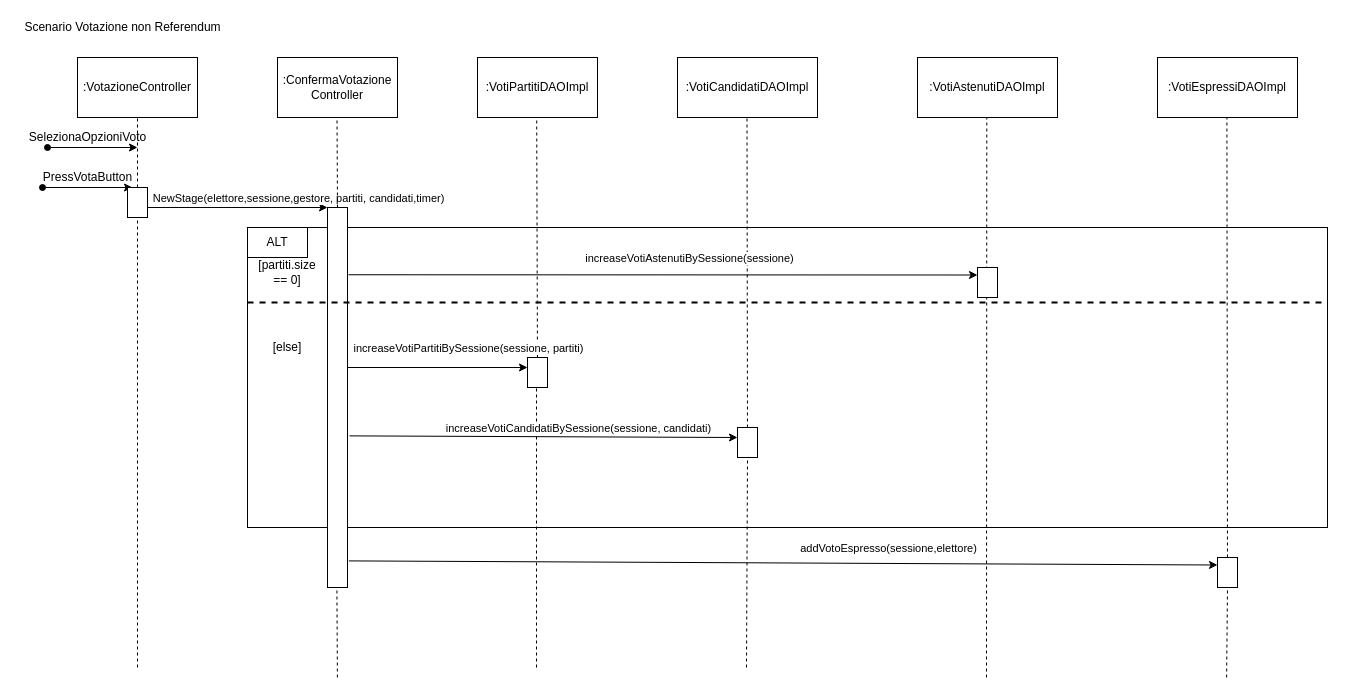
This is docs/SeqDiagram Votazione.drawio from gbrsni/votoElettronico, a draw.io file, before an edit. Source tidied: cells renumbered, new cells numbered last; positions are measured from the earlier drawing's top-left corner, leaving out a move shared by most shapes. Both pictures are drawn from the tidied source at 100%, with x=0, y=0 at pixel (17, 17).
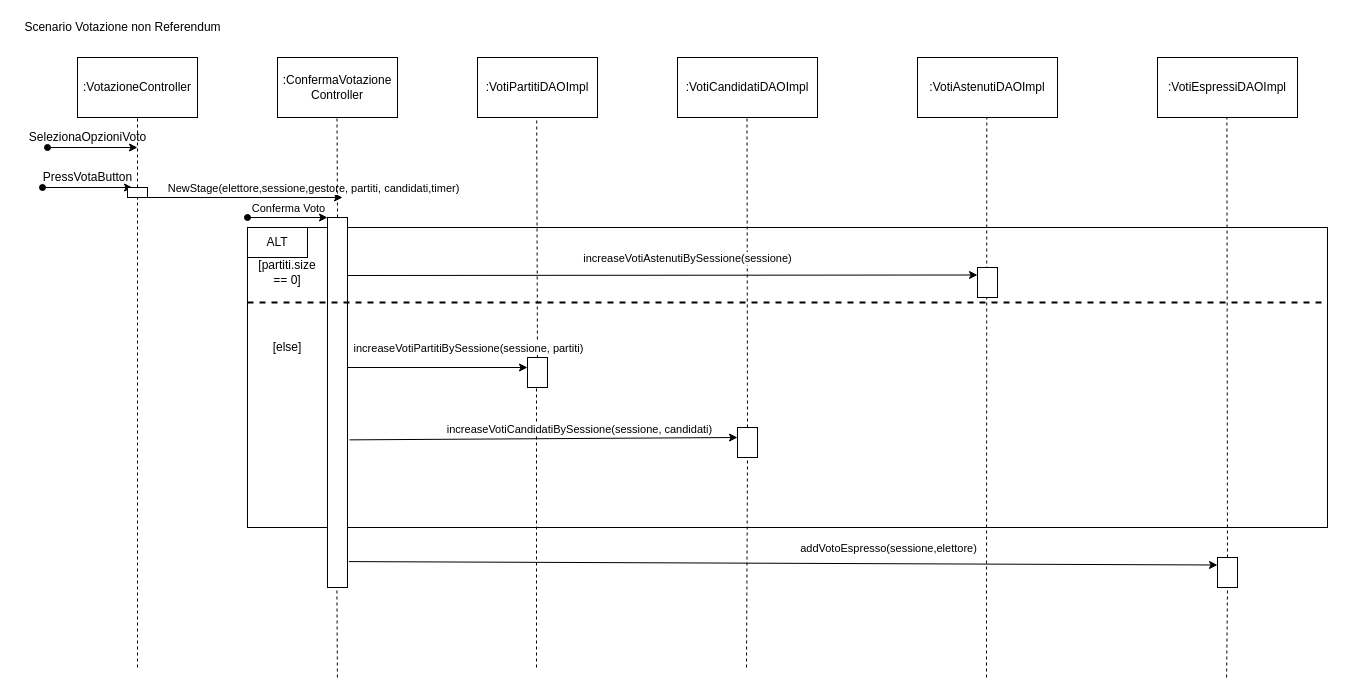
The same page after the edit.

Commit message:
aggiunta conferma voto

Unchanged cells that the change refers to:
```xml
<mxCell id="23" style="rounded=0;whiteSpace=wrap;html=1;direction=south;" parent="1" vertex="1">
  <mxGeometry x="960" y="250" width="20" height="30" as="geometry" />
</mxCell>
```

The edit, as a diff of the source:
```diff
@@
-    <mxCell id="15" style="endArrow=classic;html=1;rounded=0;entryX=0;entryY=1;entryDx=0;entryDy=0;" parent="1" edge="1" target="18">
+    <mxCell id="15" style="endArrow=classic;html=1;rounded=0;" parent="1" edge="1">
       <mxGeometry relative="1" as="geometry">
-        <mxPoint x="120" y="190" as="sourcePoint" />
+        <mxPoint x="125" y="180" as="sourcePoint" />
+        <mxPoint x="325" y="180" as="targetPoint" />
       </mxGeometry>
     </mxCell>
     <mxCell id="16" value="NewStage(elettore,sessione,gestore, partiti, candidati,timer)" style="edgeLabel;html=1;align=center;verticalAlign=middle;" parent="15" vertex="1">
       <mxGeometry x="-0.47" y="2" relative="1" as="geometry">
-        <mxPoint x="110" y="-8" as="offset" />
+        <mxPoint x="117" y="-8" as="offset" />
       </mxGeometry>
     </mxCell>
+    <mxCell id="45" value="Conferma Voto&lt;br&gt;" style="edgeLabel;html=1;align=center;verticalAlign=middle;" parent="15" vertex="1">
+      <mxGeometry x="0.45" y="-4" relative="1" as="geometry">
+        <mxPoint y="6" as="offset" />
+      </mxGeometry>
+    </mxCell>
-    <mxCell id="17" style="endArrow=none;dashed=1;html=1;rounded=0;entryX=0.5;entryY=1;entryDx=0;entryDy=0;" parent="1" edge="1">
+    <mxCell id="17" style="endArrow=none;dashed=1;html=1;rounded=0;entryX=0.5;entryY=1;entryDx=0;entryDy=0;exitX=0;exitY=0.5;exitDx=0;exitDy=0;" parent="1" edge="1" source="18">
       <mxGeometry relative="1" as="geometry">
-        <mxPoint x="320" y="190" as="sourcePoint" />
         <mxPoint x="319.5" y="100" as="targetPoint" />
       </mxGeometry>
     </mxCell>
     <mxCell id="18" style="rounded=0;whiteSpace=wrap;html=1;direction=south;" parent="1" vertex="1">
-      <mxGeometry x="310" y="190" width="20" height="380" as="geometry" />
+      <mxGeometry x="310" y="200" width="20" height="370" as="geometry" />
     </mxCell>
@@
-    <mxCell id="24" style="endArrow=classic;html=1;rounded=0;entryX=0.25;entryY=1;entryDx=0;entryDy=0;exitX=0.177;exitY=-0.05;exitDx=0;exitDy=0;exitPerimeter=0;" parent="1" edge="1" source="18" target="23">
-      <mxGeometry relative="1" as="geometry" />
+    <mxCell id="24" style="endArrow=classic;html=1;rounded=0;entryX=0.25;entryY=1;entryDx=0;entryDy=0;" parent="1" edge="1" target="23">
+      <mxGeometry relative="1" as="geometry">
+        <mxPoint x="330" y="258" as="sourcePoint" />
+      </mxGeometry>
     </mxCell>
@@
     <mxCell id="43" style="rounded=0;whiteSpace=wrap;html=1;direction=south;" parent="1" vertex="1">
-      <mxGeometry x="110" y="170" width="20" height="30" as="geometry" />
+      <mxGeometry x="110" y="170" width="20" height="10" as="geometry" />
     </mxCell>
@@
+    <mxCell id="46" style="endArrow=classic;html=1;rounded=0;entryX=0;entryY=1;entryDx=0;entryDy=0;startArrow=oval;startFill=1;" parent="1" edge="1" target="18">
+      <mxGeometry relative="1" as="geometry">
+        <mxPoint x="230" y="200" as="sourcePoint" />
+      </mxGeometry>
+    </mxCell>
```
